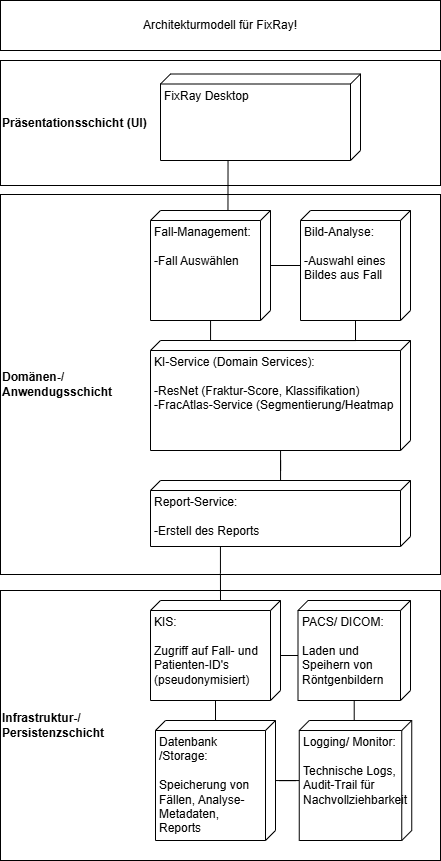
NadineLoosli/FixRay keeps this draw.io diagram as docs/Diagramme/Architektur Modell.drawio.png. Above is the earlier version. Source tidied: cells renumbered, new cells last; positions are measured from the earlier drawing's top-left corner, leaving out a move shared by most shapes. The source it was exported from:
```xml
<mxGraphModel>
  <root>
    <mxCell id="0" />
    <mxCell id="1" parent="0" />
    <mxCell id="2" value="Präsentationsschicht (UI)" style="rounded=0;whiteSpace=wrap;html=1;align=left;fontStyle=1;" parent="1" vertex="1">
      <mxGeometry y="60" width="440" height="125" as="geometry" />
    </mxCell>
    <mxCell id="3" value="Domänen-/&amp;nbsp;&lt;div&gt;Anwendugsschicht&lt;/div&gt;" style="rounded=0;whiteSpace=wrap;html=1;align=left;fontStyle=1;" parent="1" vertex="1">
      <mxGeometry y="194" width="440" height="380" as="geometry" />
    </mxCell>
    <mxCell id="4" value="&lt;b&gt;Infrastruktur-/&lt;/b&gt;&lt;div&gt;&lt;b&gt;Persistenzschicht&lt;/b&gt;&lt;/div&gt;" style="rounded=0;whiteSpace=wrap;html=1;align=left;" parent="1" vertex="1">
      <mxGeometry y="590" width="440" height="270" as="geometry" />
    </mxCell>
    <mxCell id="5" value="FixRay Desktop&#10;" style="verticalAlign=top;align=left;spacingTop=8;spacingLeft=2;spacingRight=12;shape=cube;size=10;direction=south;fontStyle=0;whiteSpace=wrap;" parent="1" vertex="1">
      <mxGeometry x="160" y="73.5" width="200" height="86.5" as="geometry" />
    </mxCell>
    <mxCell id="6" value="Architekturmodell für FixRay!" style="html=1;whiteSpace=wrap;" parent="1" vertex="1">
      <mxGeometry width="440" height="50" as="geometry" />
    </mxCell>
    <mxCell id="7" style="edgeStyle=orthogonalEdgeStyle;rounded=0;jettySize=auto;html=1;endArrow=none;endFill=0;" parent="1" edge="1" source="10" target="14">
      <mxGeometry relative="1" as="geometry" />
    </mxCell>
    <mxCell id="8" style="edgeStyle=orthogonalEdgeStyle;rounded=0;jettySize=auto;html=1;strokeColor=default;align=center;verticalAlign=middle;fontFamily=Helvetica;fontSize=11;fontColor=default;labelBackgroundColor=default;endArrow=none;endFill=0;" parent="1" edge="1" source="10" target="12">
      <mxGeometry relative="1" as="geometry" />
    </mxCell>
    <mxCell id="9" style="edgeStyle=orthogonalEdgeStyle;rounded=0;orthogonalLoop=1;jettySize=auto;html=1;exitX=0;exitY=0;exitDx=0;exitDy=55;exitPerimeter=0;endArrow=none;endFill=0;" parent="1" edge="1">
      <mxGeometry relative="1" as="geometry">
        <mxPoint x="202.5" y="210" as="sourcePoint" />
        <mxPoint x="227.5" y="160" as="targetPoint" />
        <Array as="points">
          <mxPoint x="227.5" y="210" />
        </Array>
      </mxGeometry>
    </mxCell>
    <mxCell id="10" value="Fall-Management:&#10;&#10;-Fall Auswählen&#10;&#10;" style="verticalAlign=top;align=left;spacingTop=8;spacingLeft=2;spacingRight=12;shape=cube;size=10;direction=south;fontStyle=0;whiteSpace=wrap;" parent="1" vertex="1">
      <mxGeometry x="150" y="210" width="120" height="110" as="geometry" />
    </mxCell>
    <mxCell id="11" style="edgeStyle=orthogonalEdgeStyle;rounded=0;jettySize=auto;html=1;endArrow=none;endFill=0;" parent="1" edge="1" source="12" target="16">
      <mxGeometry relative="1" as="geometry" />
    </mxCell>
    <mxCell id="12" value="KI-Service (Domain Services):&#10;&#10;-ResNet (Fraktur-Score, Klassifikation)&#10;-FracAtlas-Service (Segmentierung/Heatmap" style="verticalAlign=top;align=left;spacingTop=8;spacingLeft=2;spacingRight=12;shape=cube;size=10;direction=south;fontStyle=0;whiteSpace=wrap;" parent="1" vertex="1">
      <mxGeometry x="150" y="340" width="260" height="110" as="geometry" />
    </mxCell>
    <mxCell id="13" style="edgeStyle=orthogonalEdgeStyle;rounded=0;jettySize=auto;html=1;strokeColor=default;align=center;verticalAlign=middle;fontFamily=Helvetica;fontSize=11;fontColor=default;labelBackgroundColor=default;endArrow=none;endFill=0;" parent="1" edge="1" source="14" target="12">
      <mxGeometry relative="1" as="geometry" />
    </mxCell>
    <mxCell id="14" value="Bild-Analyse:&#10;&#10;-Auswahl eines Bildes aus Fall&#10;&#10;" style="verticalAlign=top;align=left;spacingTop=8;spacingLeft=2;spacingRight=12;shape=cube;size=10;direction=south;fontStyle=0;whiteSpace=wrap;" parent="1" vertex="1">
      <mxGeometry x="300" y="210" width="110" height="110" as="geometry" />
    </mxCell>
    <mxCell id="15" style="edgeStyle=orthogonalEdgeStyle;rounded=0;jettySize=auto;html=1;entryX=0;entryY=0;entryDx=0;entryDy=60;entryPerimeter=0;exitX=0.909;exitY=0.731;exitDx=0;exitDy=0;exitPerimeter=0;endArrow=none;endFill=0;" parent="1" edge="1" source="16" target="18">
      <mxGeometry relative="1" as="geometry" />
    </mxCell>
    <mxCell id="16" value="Report-Service:&lt;div&gt;&lt;br&gt;&lt;/div&gt;&lt;div&gt;-Erstell des Reports&lt;/div&gt;" style="verticalAlign=top;align=left;spacingTop=8;spacingLeft=2;spacingRight=12;shape=cube;size=10;direction=south;fontStyle=0;html=1;whiteSpace=wrap;" parent="1" vertex="1">
      <mxGeometry x="150" y="480" width="260" height="66" as="geometry" />
    </mxCell>
    <mxCell id="17" style="edgeStyle=orthogonalEdgeStyle;rounded=0;jettySize=auto;html=1;endArrow=none;endFill=0;" parent="1" edge="1" source="18" target="23">
      <mxGeometry relative="1" as="geometry" />
    </mxCell>
    <mxCell id="18" value="KIS:&lt;div&gt;&lt;br&gt;Zugriff auf Fall- und Patienten-ID's (pseudonymisiert)&lt;/div&gt;" style="verticalAlign=top;align=left;spacingTop=8;spacingLeft=2;spacingRight=12;shape=cube;size=10;direction=south;fontStyle=0;html=1;whiteSpace=wrap;" parent="1" vertex="1">
      <mxGeometry x="150" y="600" width="130" height="100" as="geometry" />
    </mxCell>
    <mxCell id="19" style="edgeStyle=orthogonalEdgeStyle;rounded=0;jettySize=auto;html=1;endArrow=none;endFill=0;" parent="1" edge="1" source="20" target="22">
      <mxGeometry relative="1" as="geometry" />
    </mxCell>
    <mxCell id="20" value="PACS/ DICOM:&lt;div&gt;&lt;br&gt;&lt;div&gt;Laden und Speihern von Röntgenbildern&lt;/div&gt;&lt;/div&gt;" style="verticalAlign=top;align=left;spacingTop=8;spacingLeft=2;spacingRight=12;shape=cube;size=10;direction=south;fontStyle=0;html=1;whiteSpace=wrap;" parent="1" vertex="1">
      <mxGeometry x="297.5" y="600" width="112.5" height="100" as="geometry" />
    </mxCell>
    <mxCell id="21" style="edgeStyle=orthogonalEdgeStyle;rounded=0;jettySize=auto;html=1;endArrow=none;endFill=0;" parent="1" edge="1" source="22" target="23">
      <mxGeometry relative="1" as="geometry" />
    </mxCell>
    <mxCell id="22" value="Logging/ Monitor:&lt;div&gt;&lt;br&gt;&lt;/div&gt;&lt;div&gt;Technische Logs, Audit-Trail für Nachvollziehbarkeit&lt;/div&gt;" style="verticalAlign=top;align=left;spacingTop=8;spacingLeft=2;spacingRight=12;shape=cube;size=10;direction=south;fontStyle=0;html=1;whiteSpace=wrap;" parent="1" vertex="1">
      <mxGeometry x="298.8" y="720" width="112.5" height="120" as="geometry" />
    </mxCell>
    <mxCell id="23" value="Datenbank /Storage:&lt;div&gt;&lt;br&gt;&lt;div&gt;Speicherung von Fällen, Analyse-Metadaten, Reports&lt;/div&gt;&lt;/div&gt;" style="verticalAlign=top;align=left;spacingTop=8;spacingLeft=2;spacingRight=12;shape=cube;size=10;direction=south;fontStyle=0;html=1;whiteSpace=wrap;" parent="1" vertex="1">
      <mxGeometry x="155" y="720" width="120" height="120" as="geometry" />
    </mxCell>
    <mxCell id="24" style="edgeStyle=orthogonalEdgeStyle;rounded=0;jettySize=auto;html=1;entryX=0.558;entryY=0;entryDx=0;entryDy=0;entryPerimeter=0;exitX=0;exitY=0;exitDx=55;exitDy=112.5;exitPerimeter=0;endArrow=none;endFill=0;" parent="1" edge="1" source="20" target="18">
      <mxGeometry relative="1" as="geometry" />
    </mxCell>
  </root>
</mxGraphModel>
```
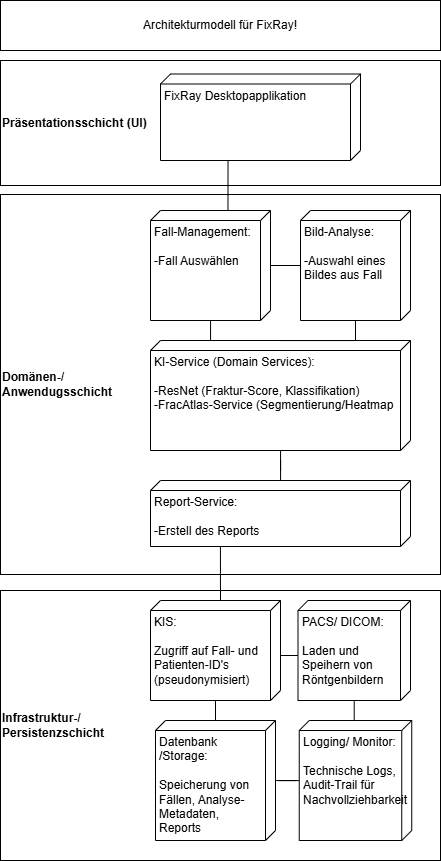
The same file after the commit.

Change to the diagram source:
```diff
@@ -11,7 +11,7 @@
     <mxCell id="4" value="&lt;b&gt;Infrastruktur-/&lt;/b&gt;&lt;div&gt;&lt;b&gt;Persistenzschicht&lt;/b&gt;&lt;/div&gt;" style="rounded=0;whiteSpace=wrap;html=1;align=left;" parent="1" vertex="1">
       <mxGeometry y="590" width="440" height="270" as="geometry" />
     </mxCell>
-    <mxCell id="5" value="FixRay Desktop&#10;" style="verticalAlign=top;align=left;spacingTop=8;spacingLeft=2;spacingRight=12;shape=cube;size=10;direction=south;fontStyle=0;whiteSpace=wrap;" parent="1" vertex="1">
+    <mxCell id="5" value="FixRay Desktopapplikation&#10;" style="verticalAlign=top;align=left;spacingTop=8;spacingLeft=2;spacingRight=12;shape=cube;size=10;direction=south;fontStyle=0;whiteSpace=wrap;" parent="1" vertex="1">
       <mxGeometry x="160" y="73.5" width="200" height="86.5" as="geometry" />
     </mxCell>
     <mxCell id="6" value="Architekturmodell für FixRay!" style="html=1;whiteSpace=wrap;" parent="1" vertex="1">
```
